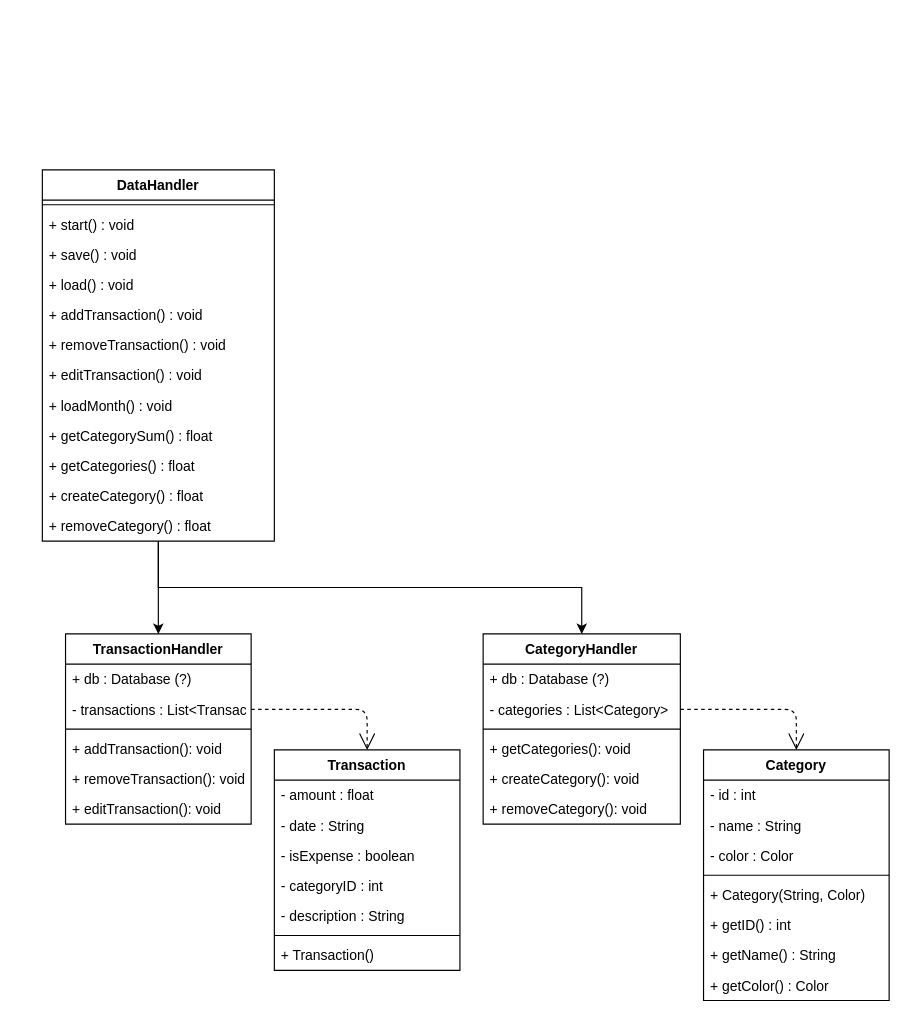
Before: Untitled Diagram.drawio in Omar-su/TDA367-LEEFO-Project, a draw.io diagram. Source tidied: cells renumbered, new cells numbered last; positions are measured from the earlier drawing's top-left corner, leaving out a move shared by most shapes. Both pictures are drawn from the tidied source at 116%, with x=0, y=0 at pixel (42, 169).
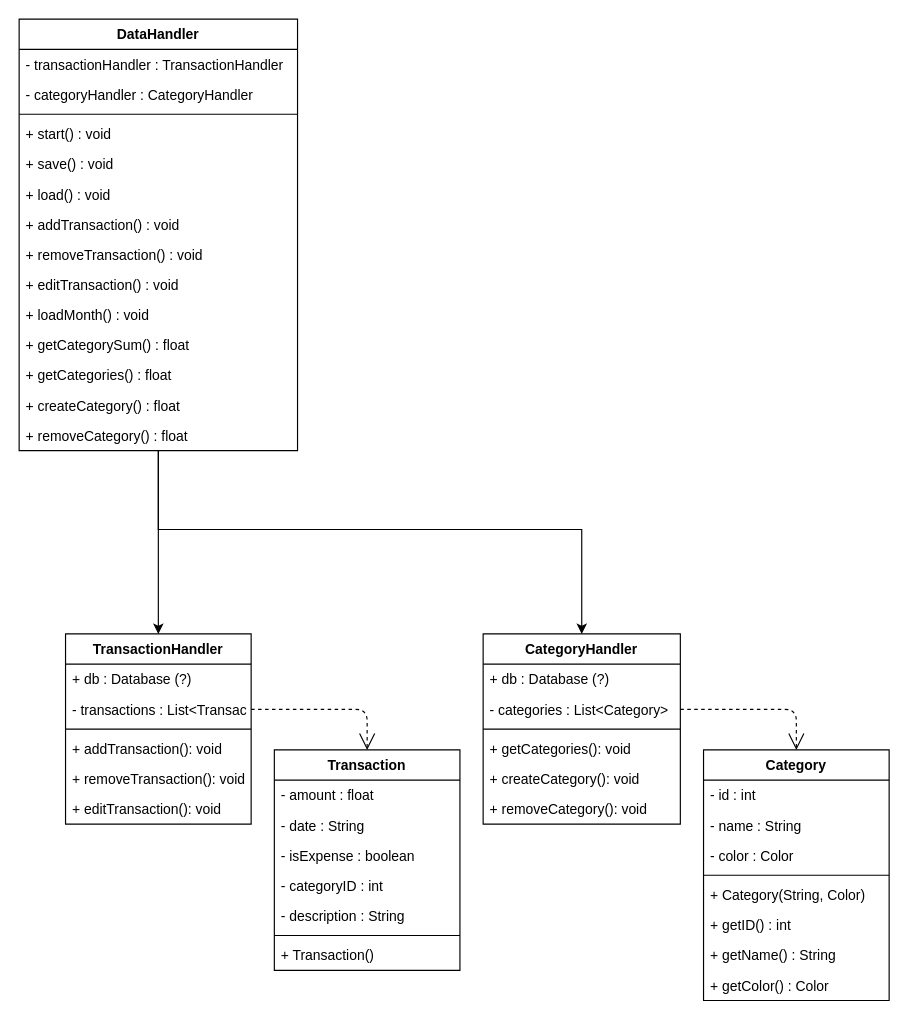
The same page after the edit.

Unchanged cells that the change refers to:
```xml
<mxCell id="25" value="CategoryHandler" style="swimlane;fontStyle=1;align=center;verticalAlign=top;horizontal=1;startSize=26;" parent="1" vertex="1">
  <mxGeometry x="380" y="400" width="170" height="164" as="geometry" />
</mxCell>
```

The edit, as a diff of the source:
```diff
@@
     <mxCell id="3" style="edgeStyle=orthogonalEdgeStyle;rounded=0;jettySize=auto;html=1;exitX=0.5;exitY=1;exitDx=0;exitDy=0;entryX=0.5;entryY=0;entryDx=0;entryDy=0;" parent="1" edge="1" source="4" target="25">
       <mxGeometry relative="1" as="geometry">
         <Array as="points">
-          <mxPoint x="100" y="360" />
-          <mxPoint x="465" y="360" />
+          <mxPoint x="100" y="310" />
+          <mxPoint x="465" y="310" />
         </Array>
       </mxGeometry>
     </mxCell>
     <mxCell id="4" value="DataHandler" style="swimlane;fontStyle=1;align=center;verticalAlign=top;horizontal=1;startSize=26;" parent="1" vertex="1">
-      <mxGeometry width="200" height="320" as="geometry" />
+      <mxGeometry x="-20" y="-130" width="240" height="372" as="geometry" />
     </mxCell>
+    <mxCell id="6" value="- transactionHandler : TransactionHandler" style="text;strokeColor=none;fillColor=none;align=left;verticalAlign=top;spacingLeft=4;spacingRight=4;overflow=hidden;" parent="4" vertex="1">
+      <mxGeometry y="26" width="240" height="26" as="geometry" />
+    </mxCell>
+    <mxCell id="50" value="- categoryHandler : CategoryHandler" style="text;strokeColor=none;fillColor=none;align=left;verticalAlign=top;spacingLeft=4;spacingRight=4;overflow=hidden;" parent="4" vertex="1">
+      <mxGeometry y="52" width="240" height="26" as="geometry" />
+    </mxCell>
     <mxCell id="5" style="line;strokeWidth=1;fillColor=none;align=left;verticalAlign=middle;spacingTop=-1;spacingLeft=3;spacingRight=3;labelPosition=right;" parent="4" vertex="1">
-      <mxGeometry y="26" width="200" height="8" as="geometry" />
+      <mxGeometry y="78" width="240" height="8" as="geometry" />
     </mxCell>
-    <mxCell id="6" value="+ start() : void" style="text;strokeColor=none;fillColor=none;align=left;verticalAlign=top;spacingLeft=4;spacingRight=4;overflow=hidden;" parent="4" vertex="1">
-      <mxGeometry y="34" width="200" height="26" as="geometry" />
-    </mxCell>
+    <mxCell id="51" value="+ start() : void" style="text;strokeColor=none;fillColor=none;align=left;verticalAlign=top;spacingLeft=4;spacingRight=4;overflow=hidden;" parent="4" vertex="1">
+      <mxGeometry y="86" width="240" height="26" as="geometry" />
+    </mxCell>
     <mxCell id="7" value="+ save() : void" style="text;strokeColor=none;fillColor=none;align=left;verticalAlign=top;spacingLeft=4;spacingRight=4;overflow=hidden;" parent="4" vertex="1">
-      <mxGeometry y="60" width="200" height="26" as="geometry" />
+      <mxGeometry y="112" width="240" height="26" as="geometry" />
     </mxCell>
     <mxCell id="8" value="+ load() : void" style="text;strokeColor=none;fillColor=none;align=left;verticalAlign=top;spacingLeft=4;spacingRight=4;overflow=hidden;" parent="4" vertex="1">
-      <mxGeometry y="86" width="200" height="26" as="geometry" />
+      <mxGeometry y="138" width="240" height="26" as="geometry" />
     </mxCell>
     <mxCell id="9" value="+ addTransaction() : void" style="text;strokeColor=none;fillColor=none;align=left;verticalAlign=top;spacingLeft=4;spacingRight=4;overflow=hidden;" parent="4" vertex="1">
-      <mxGeometry y="112" width="200" height="26" as="geometry" />
+      <mxGeometry y="164" width="240" height="26" as="geometry" />
     </mxCell>
     <mxCell id="10" value="+ removeTransaction() : void" style="text;strokeColor=none;fillColor=none;align=left;verticalAlign=top;spacingLeft=4;spacingRight=4;overflow=hidden;" parent="4" vertex="1">
-      <mxGeometry y="138" width="200" height="26" as="geometry" />
+      <mxGeometry y="190" width="240" height="26" as="geometry" />
     </mxCell>
     <mxCell id="11" value="+ editTransaction() : void" style="text;strokeColor=none;fillColor=none;align=left;verticalAlign=top;spacingLeft=4;spacingRight=4;overflow=hidden;" parent="4" vertex="1">
-      <mxGeometry y="164" width="200" height="26" as="geometry" />
+      <mxGeometry y="216" width="240" height="26" as="geometry" />
     </mxCell>
     <mxCell id="12" value="+ loadMonth() : void" style="text;strokeColor=none;fillColor=none;align=left;verticalAlign=top;spacingLeft=4;spacingRight=4;overflow=hidden;" parent="4" vertex="1">
-      <mxGeometry y="190" width="200" height="26" as="geometry" />
+      <mxGeometry y="242" width="240" height="26" as="geometry" />
     </mxCell>
     <mxCell id="13" value="+ getCategorySum() : float" style="text;strokeColor=none;fillColor=none;align=left;verticalAlign=top;spacingLeft=4;spacingRight=4;overflow=hidden;" parent="4" vertex="1">
-      <mxGeometry y="216" width="200" height="26" as="geometry" />
+      <mxGeometry y="268" width="240" height="26" as="geometry" />
     </mxCell>
     <mxCell id="14" value="+ getCategories() : float" style="text;strokeColor=none;fillColor=none;align=left;verticalAlign=top;spacingLeft=4;spacingRight=4;overflow=hidden;" parent="4" vertex="1">
-      <mxGeometry y="242" width="200" height="26" as="geometry" />
+      <mxGeometry y="294" width="240" height="26" as="geometry" />
     </mxCell>
     <mxCell id="15" value="+ createCategory() : float" style="text;strokeColor=none;fillColor=none;align=left;verticalAlign=top;spacingLeft=4;spacingRight=4;overflow=hidden;" parent="4" vertex="1">
-      <mxGeometry y="268" width="200" height="26" as="geometry" />
+      <mxGeometry y="320" width="240" height="26" as="geometry" />
     </mxCell>
     <mxCell id="16" value="+ removeCategory() : float" style="text;strokeColor=none;fillColor=none;align=left;verticalAlign=top;spacingLeft=4;spacingRight=4;overflow=hidden;" parent="4" vertex="1">
-      <mxGeometry y="294" width="200" height="26" as="geometry" />
+      <mxGeometry y="346" width="240" height="26" as="geometry" />
     </mxCell>
```
